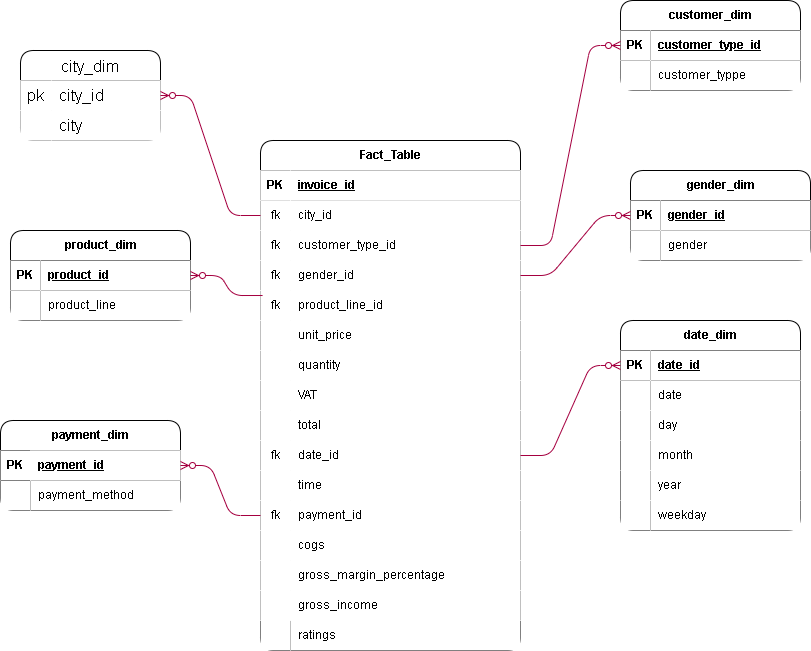
Earlier version of the draw.io export WalmartModel.drawio.png (kayikalvin/Walmart-DataAnalysis). Source tidied: cells renumbered, new cells last; positions are measured from the earlier drawing's top-left corner, leaving out a move shared by most shapes.
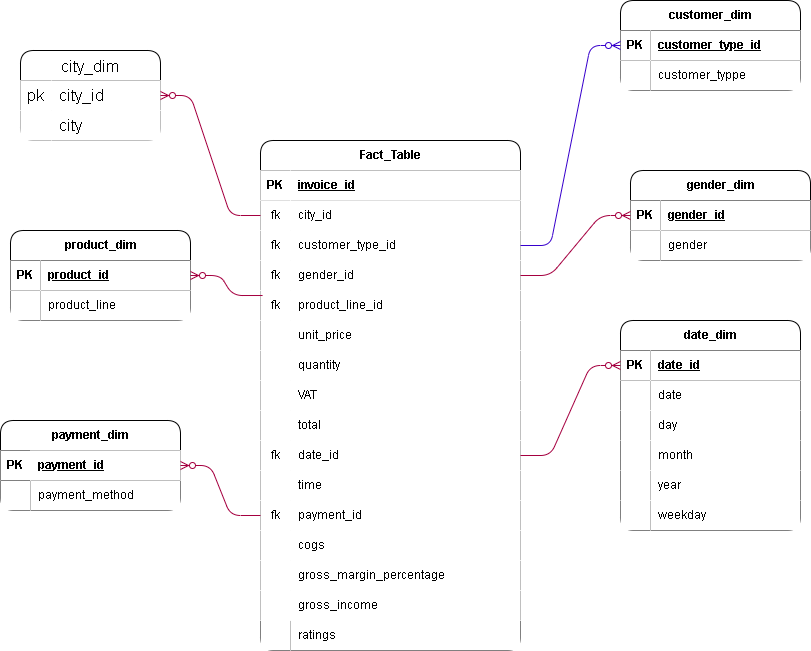
The same diagram one commit later.

Diff of the diagram source:
```diff
@@ -194,7 +194,7 @@
     <mxCell id="65" value="customer_typpe" style="shape=partialRectangle;top=0;left=0;bottom=0;right=0;align=left;spacingLeft=6;overflow=hidden;whiteSpace=wrap;html=1;labelBackgroundColor=none;rounded=1;" parent="63" vertex="1">
       <mxGeometry x="30" width="150" height="30" as="geometry" />
     </mxCell>
-    <mxCell id="66" style="edgeStyle=entityRelationEdgeStyle;fontSize=12;html=1;endArrow=ERzeroToMany;endFill=1;rounded=1;shadow=0;labelBackgroundColor=none;fontColor=default;fillColor=#d80073;strokeColor=#A50040;" parent="1" edge="1" source="9" target="60">
+    <mxCell id="66" style="edgeStyle=entityRelationEdgeStyle;fontSize=12;html=1;endArrow=ERzeroToMany;endFill=1;rounded=1;shadow=0;labelBackgroundColor=none;fontColor=default;fillColor=#6a00ff;strokeColor=#3700CC;" parent="1" edge="1" source="9" target="60">
       <mxGeometry relative="1" as="geometry" />
     </mxCell>
     <mxCell id="67" value="gender_dim" style="shape=table;startSize=30;rowLines=0;fontStyle=1;align=center;html=1;labelBackgroundColor=none;rounded=1;fillStyle=auto;" parent="1" vertex="1">
```
